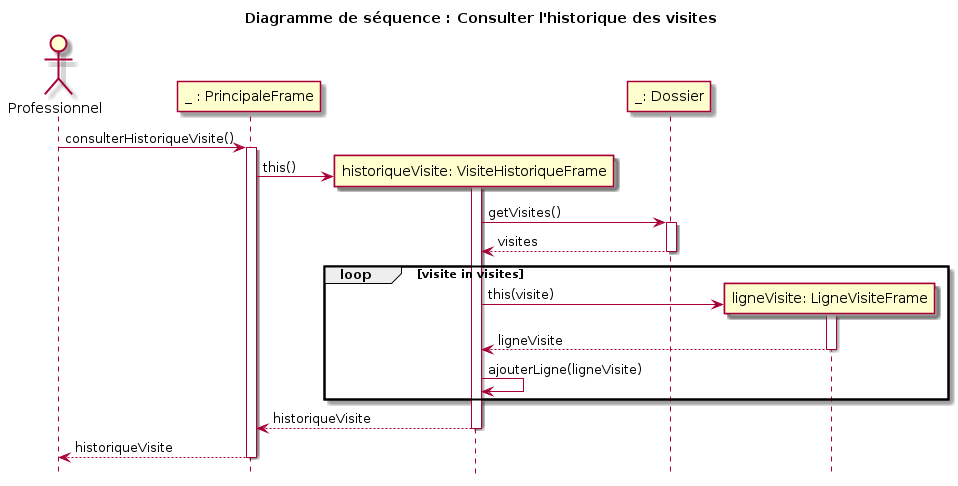
Earlier version of the PlantUML export models/sequence_diagram_consulter_historique.png (fethiuqam/INF5153-Projet-Session). Source of this version:
```plantuml
@startuml

title Diagramme de séquence : Consulter l'historique des visites
hide footbox

actor "Professionnel" as pro

participant "_ : PrincipaleFrame" as pf
pro -> pf : consulterHistoriqueVisite()
activate pf
create participant "historiqueVisite: VisiteHistoriqueFrame" as vhf

pf -> vhf: this()
activate vhf
participant "_: Dossier" as d
    vhf -> d : getVisites()
    activate d
    d --> vhf : visites
    deactivate d
loop visite in visites
    create participant "ligneVisite: LigneVisiteFrame" as lvf
        vhf -> lvf : this(visite)
        activate lvf
        lvf --> vhf : ligneVisite
        deactivate lvf
    vhf -> vhf : ajouterLigne(ligneVisite)
end
vhf --> pf : historiqueVisite
deactivate vhf
pf --> pro : historiqueVisite
deactivate pf

@enduml
```
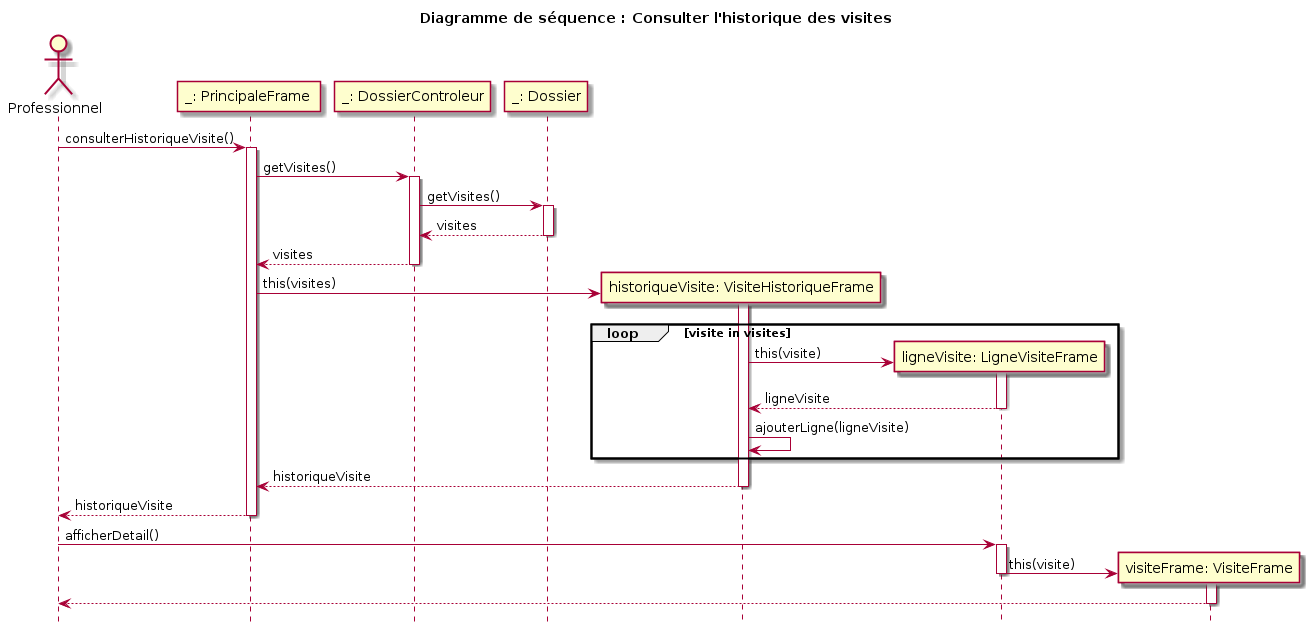
Later version of the same file.

Commit message:
ajout du diagram de sequence consulter antecedents

The edit, as a diff of the source:
```diff
@@ -5,29 +5,43 @@
 
 actor "Professionnel" as pro
 
-participant "_ : PrincipaleFrame" as pf
-pro -> pf : consulterHistoriqueVisite()
-activate pf
-create participant "historiqueVisite: VisiteHistoriqueFrame" as vhf
+participant "_: PrincipaleFrame " as df
+pro -> df : consulterHistoriqueVisite()
+activate df
+    participant "_: DossierControleur" as dc
+    df -> dc : getVisites()
+    activate dc
+    participant "_: Dossier" as d
+    dc -> d : getVisites()
+    activate d
+    d --> dc : visites
+    deactivate d
+    dc --> df : visites
+    deactivate dc
+    create participant "historiqueVisite: VisiteHistoriqueFrame" as vhf
+    df -> vhf: this(visites)
+    activate vhf
+    loop visite in visites
+        create participant "ligneVisite: LigneVisiteFrame" as lvf
+            vhf -> lvf : this(visite)
+            activate lvf
+            lvf --> vhf : ligneVisite
+            deactivate lvf
+        vhf -> vhf : ajouterLigne(ligneVisite)
+    end
+    vhf --> df : historiqueVisite
+    deactivate vhf
+    df --> pro : historiqueVisite
+deactivate df
 
-pf -> vhf: this()
-activate vhf
-participant "_: Dossier" as d
-    vhf -> d : getVisites()
-    activate d
-    d --> vhf : visites
-    deactivate d
-loop visite in visites
-    create participant "ligneVisite: LigneVisiteFrame" as lvf
-        vhf -> lvf : this(visite)
-        activate lvf
-        lvf --> vhf : ligneVisite
-        deactivate lvf
-    vhf -> vhf : ajouterLigne(ligneVisite)
-end
-vhf --> pf : historiqueVisite
-deactivate vhf
-pf --> pro : historiqueVisite
-deactivate pf
+pro -> lvf : afficherDetail()
+activate lvf
+create participant "visiteFrame: VisiteFrame" as vf
+    lvf -> vf: this(visite)
+    deactivate lvf
+    activate vf
+    vf --> pro
+    deactivate vf
+
 
 @enduml
```
